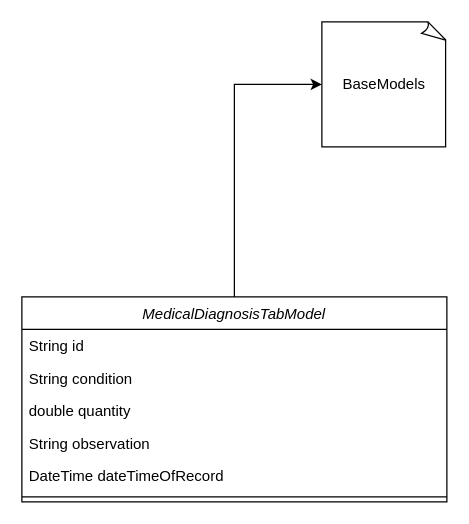
The draw.io diagram page "Medical" (9 of 12) of uml/uml_diagrams.drawio in grupo-jocaagura/jocaagura_domain, before the edit. Source tidied: cells renumbered, new cells numbered last; positions are measured from the earlier drawing's top-left corner, leaving out a move shared by most shapes. Both pictures are drawn from the tidied source at 125%, with x=0, y=0 at pixel (21, 21).
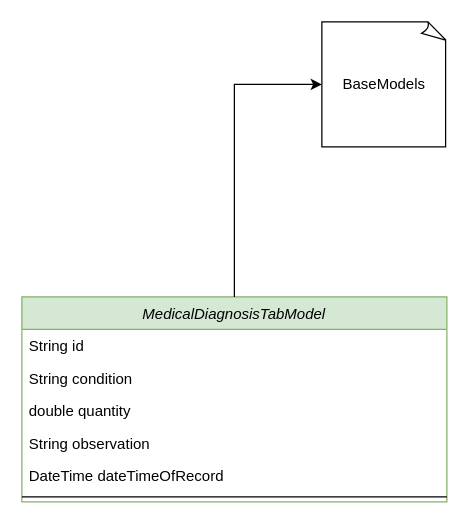
After the change.

Commit message (it also covers changes not shown here):
feature(@albertjjimenezp): Se agrega MedicalDiagnosisTabModel

Diff of the diagram source:
```diff
@@
 <mxGraphModel>
   <root>
     <mxCell id="0" />
     <mxCell id="1" parent="0" />
     <mxCell id="2" value="BaseModels" style="whiteSpace=wrap;html=1;shape=mxgraph.basic.document;" parent="1" vertex="1">
       <mxGeometry x="240" width="100" height="100" as="geometry" />
     </mxCell>
-    <mxCell id="3" value="MedicalDiagnosisTabModel" style="swimlane;fontStyle=2;align=center;verticalAlign=top;horizontal=1;startSize=26;rounded=0;shadow=0;strokeWidth=1;" parent="1" vertex="1">
+    <mxCell id="3" value="MedicalDiagnosisTabModel" style="swimlane;fontStyle=2;align=center;verticalAlign=top;horizontal=1;startSize=26;rounded=0;shadow=0;strokeWidth=1;fillColor=#d5e8d4;strokeColor=#82b366;" parent="1" vertex="1">
       <mxGeometry y="220" width="340" height="164" as="geometry" />
     </mxCell>
     <mxCell id="4" value="String id" style="text;align=left;verticalAlign=top;spacingLeft=4;spacingRight=4;overflow=hidden;" parent="3" vertex="1">
       <mxGeometry y="26" width="340" height="26" as="geometry" />
     </mxCell>
     <mxCell id="5" value="String condition" style="text;align=left;verticalAlign=top;spacingLeft=4;spacingRight=4;overflow=hidden;" parent="3" vertex="1">
       <mxGeometry y="52" width="340" height="26" as="geometry" />
     </mxCell>
     <mxCell id="6" value="double quantity" style="text;align=left;verticalAlign=top;spacingLeft=4;spacingRight=4;overflow=hidden;" parent="3" vertex="1">
       <mxGeometry y="78" width="340" height="26" as="geometry" />
     </mxCell>
     <mxCell id="7" value="String observation" style="text;align=left;verticalAlign=top;spacingLeft=4;spacingRight=4;overflow=hidden;" parent="3" vertex="1">
       <mxGeometry y="104" width="340" height="26" as="geometry" />
     </mxCell>
     <mxCell id="8" value="DateTime dateTimeOfRecord" style="text;align=left;verticalAlign=top;spacingLeft=4;spacingRight=4;overflow=hidden;" parent="3" vertex="1">
       <mxGeometry y="130" width="340" height="26" as="geometry" />
     </mxCell>
     <mxCell id="9" style="line;html=1;strokeWidth=1;align=left;verticalAlign=middle;spacingTop=-1;spacingLeft=3;spacingRight=3;labelPosition=right;" parent="3" vertex="1">
       <mxGeometry y="156" width="340" height="8" as="geometry" />
     </mxCell>
     <mxCell id="10" style="edgeStyle=orthogonalEdgeStyle;rounded=0;jettySize=auto;html=1;entryX=0;entryY=0.5;entryDx=0;entryDy=0;entryPerimeter=0;" parent="1" edge="1" source="3" target="2">
       <mxGeometry relative="1" as="geometry" />
     </mxCell>
   </root>
 </mxGraphModel>
```
